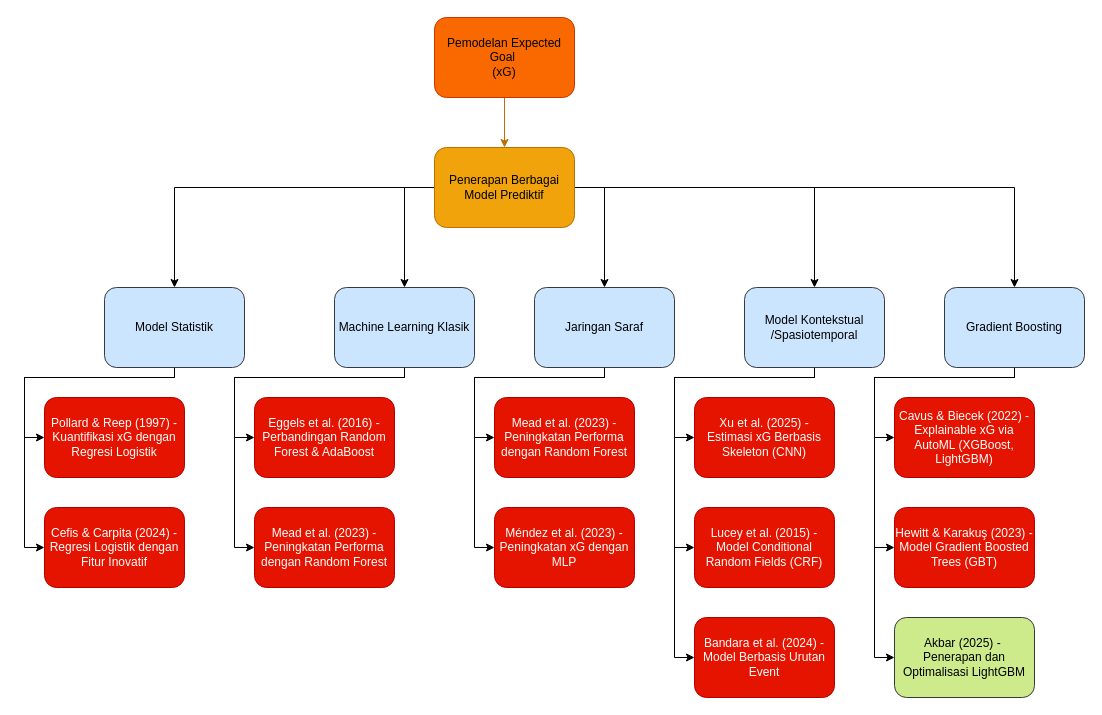
Before: diagrams/ranah penelitian.drawio in fadhilra101/skripsi, a draw.io diagram. Source tidied: cells renumbered, new cells numbered last; positions are measured from the earlier drawing's top-left corner, leaving out a move shared by most shapes. Both pictures are drawn from the tidied source at 100%, with x=0, y=0 at pixel (24, 17).
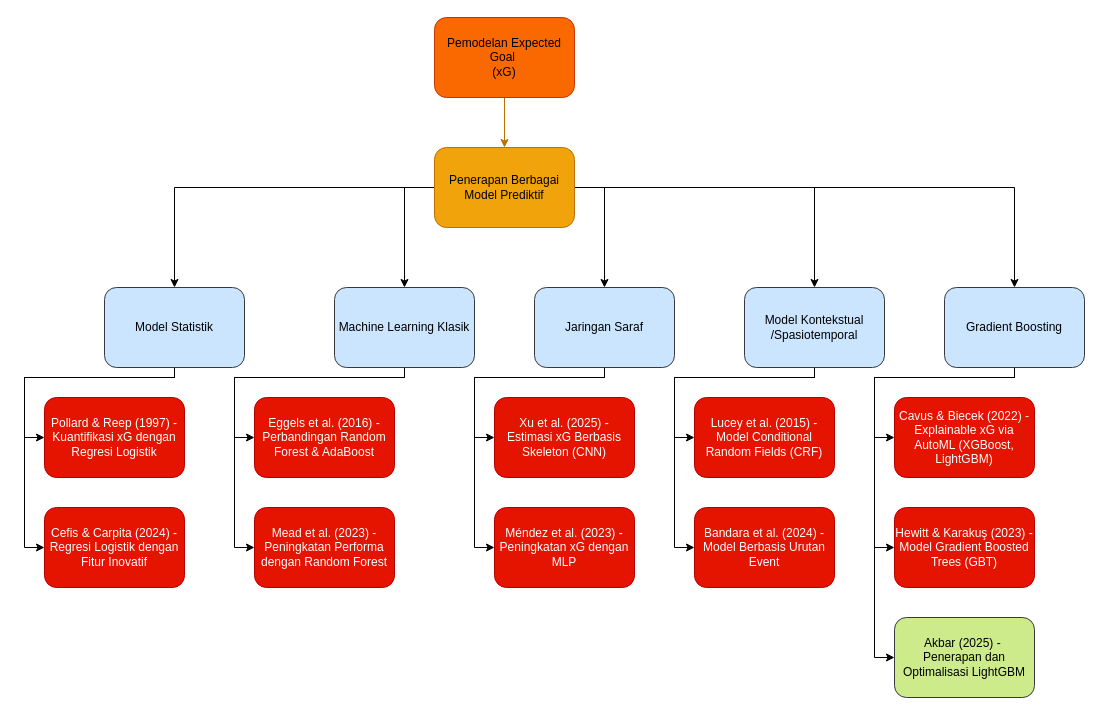
The same diagram, later.

Commit message (it also covers changes not shown here):
Malem malem 4 ags

The change refers to these unchanged cells:
```xml
<mxCell id="18" value="&lt;font style=&quot;color: rgb(0, 0, 0);&quot;&gt;Jaringan Saraf&lt;/font&gt;" style="rounded=1;whiteSpace=wrap;html=1;fillColor=#cce5ff;strokeColor=#36393d;" parent="1" vertex="1">
  <mxGeometry x="510" y="270" width="140" height="80" as="geometry" />
</mxCell>
<mxCell id="22" value="&lt;font style=&quot;color: rgb(0, 0, 0);&quot;&gt;Model Kontekstual&lt;/font&gt;&lt;div&gt;&lt;font style=&quot;color: rgb(0, 0, 0);&quot;&gt;/Spasiotemporal&lt;/font&gt;&lt;/div&gt;" style="rounded=1;whiteSpace=wrap;html=1;fillColor=#cce5ff;strokeColor=#36393d;" parent="1" vertex="1">
  <mxGeometry x="720" y="270" width="140" height="80" as="geometry" />
</mxCell>
```

What changed in the source:
```diff
@@
-    <mxCell id="16" style="edgeStyle=orthogonalEdgeStyle;shape=connector;rounded=0;jettySize=auto;html=1;entryX=0;entryY=0.5;entryDx=0;entryDy=0;strokeColor=default;align=center;verticalAlign=middle;fontFamily=Helvetica;fontSize=11;fontColor=default;labelBackgroundColor=default;endArrow=classic;" parent="1" edge="1" source="18" target="31">
+    <mxCell id="16" style="edgeStyle=orthogonalEdgeStyle;shape=connector;rounded=0;jettySize=auto;html=1;entryX=0;entryY=0.5;entryDx=0;entryDy=0;strokeColor=default;align=center;verticalAlign=middle;fontFamily=Helvetica;fontSize=11;fontColor=default;labelBackgroundColor=default;endArrow=classic;" parent="1" edge="1" source="18">
       <mxGeometry relative="1" as="geometry">
+        <mxPoint x="470" y="420" as="targetPoint" />
         <Array as="points">
           <mxPoint x="580" y="360" />
           <mxPoint x="450" y="360" />
           <mxPoint x="450" y="420" />
         </Array>
       </mxGeometry>
     </mxCell>
@@
-    <mxCell id="19" style="edgeStyle=orthogonalEdgeStyle;shape=connector;rounded=0;jettySize=auto;html=1;entryX=0;entryY=0.5;entryDx=0;entryDy=0;strokeColor=default;align=center;verticalAlign=middle;fontFamily=Helvetica;fontSize=11;fontColor=default;labelBackgroundColor=default;endArrow=classic;" parent="1" edge="1" source="22" target="32">
-      <mxGeometry relative="1" as="geometry">
-        <Array as="points">
-          <mxPoint x="790" y="360" />
-          <mxPoint x="650" y="360" />
-          <mxPoint x="650" y="420" />
-        </Array>
-      </mxGeometry>
-    </mxCell>
     <mxCell id="20" style="edgeStyle=orthogonalEdgeStyle;shape=connector;rounded=0;jettySize=auto;html=1;entryX=0;entryY=0.5;entryDx=0;entryDy=0;strokeColor=default;align=center;verticalAlign=middle;fontFamily=Helvetica;fontSize=11;fontColor=default;labelBackgroundColor=default;endArrow=classic;" parent="1" edge="1" source="22" target="33">
       <mxGeometry relative="1" as="geometry">
         <Array as="points">
           <mxPoint x="790" y="360" />
           <mxPoint x="650" y="360" />
-          <mxPoint x="650" y="530" />
+          <mxPoint x="650" y="420" />
         </Array>
       </mxGeometry>
     </mxCell>
     <mxCell id="21" style="edgeStyle=orthogonalEdgeStyle;shape=connector;rounded=0;jettySize=auto;html=1;entryX=0;entryY=0.5;entryDx=0;entryDy=0;strokeColor=default;align=center;verticalAlign=middle;fontFamily=Helvetica;fontSize=11;fontColor=default;labelBackgroundColor=default;endArrow=classic;" parent="1" edge="1" source="22" target="34">
       <mxGeometry relative="1" as="geometry">
         <Array as="points">
           <mxPoint x="790" y="360" />
           <mxPoint x="650" y="360" />
-          <mxPoint x="650" y="640" />
+          <mxPoint x="650" y="530" />
         </Array>
       </mxGeometry>
     </mxCell>
@@
-    <mxCell id="31" value="&lt;font style=&quot;color: rgb(255, 255, 255);&quot;&gt;Mead et al. (2023) - Peningkatan Performa dengan Random Forest&lt;/font&gt;" style="rounded=1;whiteSpace=wrap;html=1;fillColor=#e51400;strokeColor=#B20000;fontColor=#ffffff;" parent="1" vertex="1">
-      <mxGeometry x="470" y="380" width="140" height="80" as="geometry" />
-    </mxCell>
     <mxCell id="32" value="&lt;font style=&quot;color: rgb(255, 255, 255);&quot;&gt;Xu et al. (2025) - Estimasi xG Berbasis Skeleton (CNN)&lt;/font&gt;" style="rounded=1;whiteSpace=wrap;html=1;fillColor=#e51400;strokeColor=#B20000;fontColor=#ffffff;" parent="1" vertex="1">
-      <mxGeometry x="670" y="380" width="140" height="80" as="geometry" />
+      <mxGeometry x="470" y="380" width="140" height="80" as="geometry" />
     </mxCell>
     <mxCell id="33" value="&lt;font style=&quot;color: rgb(255, 255, 255);&quot;&gt;Lucey et al. (2015) - Model Conditional Random Fields (CRF)&lt;/font&gt;" style="rounded=1;whiteSpace=wrap;html=1;fillColor=#e51400;strokeColor=#B20000;fontColor=#ffffff;" parent="1" vertex="1">
-      <mxGeometry x="670" y="490" width="140" height="80" as="geometry" />
+      <mxGeometry x="670" y="380" width="140" height="80" as="geometry" />
     </mxCell>
     <mxCell id="34" value="&lt;font style=&quot;color: rgb(255, 255, 255);&quot;&gt;Bandara et al. (2024) - Model Berbasis Urutan Event&lt;/font&gt;" style="rounded=1;whiteSpace=wrap;html=1;fillColor=#e51400;strokeColor=#B20000;fontColor=#ffffff;" parent="1" vertex="1">
-      <mxGeometry x="670" y="600" width="140" height="80" as="geometry" />
+      <mxGeometry x="670" y="490" width="140" height="80" as="geometry" />
     </mxCell>
```
